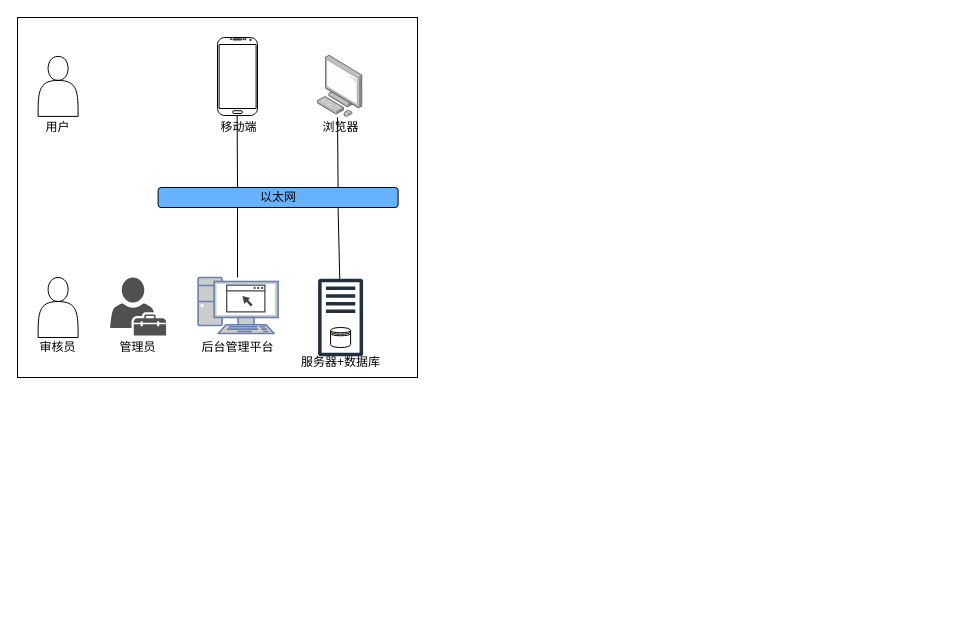
The draw.io diagram docs/virosa.drawio in wlonestar/virosa, before the edit. Source tidied: cells renumbered, new cells numbered last; positions are measured from the earlier drawing's top-left corner, leaving out a move shared by most shapes. Both pictures are drawn from the tidied source at 100%, with x=0, y=0 at pixel (17, 17).
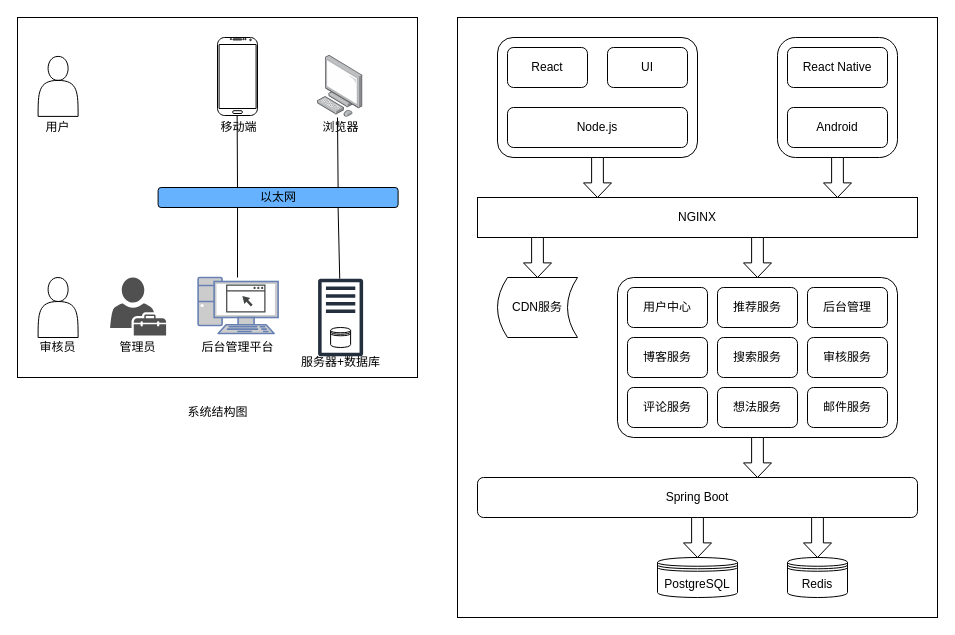
The same diagram, later.

The edit, as a diff of the source:
```diff
@@
+    <mxCell id="26" style="rounded=0;whiteSpace=wrap;html=1;fillColor=#FFFFFF;" parent="1" vertex="1">
+      <mxGeometry x="440" width="480" height="600" as="geometry" />
+    </mxCell>
+    <mxCell id="27" style="rounded=1;whiteSpace=wrap;html=1;fillColor=#FFFFFF;arcSize=13;" parent="1" vertex="1">
+      <mxGeometry x="480" y="20" width="200" height="120" as="geometry" />
+    </mxCell>
+    <mxCell id="28" style="rounded=1;whiteSpace=wrap;html=1;fillColor=#FFFFFF;" parent="1" vertex="1">
+      <mxGeometry x="760" y="20" width="120" height="120" as="geometry" />
+    </mxCell>
+    <mxCell id="29" style="rounded=1;whiteSpace=wrap;html=1;arcSize=10;" parent="1" vertex="1">
+      <mxGeometry x="600" y="260" width="280" height="160" as="geometry" />
+    </mxCell>
@@
+    <mxCell id="30" value="系统结构图" style="text;html=1;align=center;verticalAlign=middle;strokeColor=none;fillColor=none;" parent="1" vertex="1">
+      <mxGeometry x="160" y="380" width="80" height="30" as="geometry" />
+    </mxCell>
+    <mxCell id="31" value="PostgreSQL" style="shape=datastore;whiteSpace=wrap;html=1;" parent="1" vertex="1">
+      <mxGeometry x="640" y="540" width="80" height="40" as="geometry" />
+    </mxCell>
+    <mxCell id="32" value="Redis" style="shape=datastore;whiteSpace=wrap;html=1;" parent="1" vertex="1">
+      <mxGeometry x="770" y="540" width="60" height="40" as="geometry" />
+    </mxCell>
+    <mxCell id="33" value="邮件服务" style="rounded=1;whiteSpace=wrap;html=1;" parent="1" vertex="1">
+      <mxGeometry x="790" y="370" width="80" height="40" as="geometry" />
+    </mxCell>
+    <mxCell id="34" value="搜索服务" style="rounded=1;whiteSpace=wrap;html=1;" parent="1" vertex="1">
+      <mxGeometry x="700" y="320" width="80" height="40" as="geometry" />
+    </mxCell>
+    <mxCell id="35" value="评论服务" style="rounded=1;whiteSpace=wrap;html=1;" parent="1" vertex="1">
+      <mxGeometry x="610" y="370" width="80" height="40" as="geometry" />
+    </mxCell>
+    <mxCell id="36" value="博客服务" style="rounded=1;whiteSpace=wrap;html=1;" parent="1" vertex="1">
+      <mxGeometry x="610" y="320" width="80" height="40" as="geometry" />
+    </mxCell>
+    <mxCell id="37" value="用户中心" style="rounded=1;whiteSpace=wrap;html=1;" parent="1" vertex="1">
+      <mxGeometry x="610" y="270" width="80" height="40" as="geometry" />
+    </mxCell>
+    <mxCell id="38" value="想法服务" style="rounded=1;whiteSpace=wrap;html=1;" parent="1" vertex="1">
+      <mxGeometry x="700" y="370" width="80" height="40" as="geometry" />
+    </mxCell>
+    <mxCell id="39" value="推荐服务" style="rounded=1;whiteSpace=wrap;html=1;" parent="1" vertex="1">
+      <mxGeometry x="700" y="270" width="80" height="40" as="geometry" />
+    </mxCell>
+    <mxCell id="40" value="审核服务" style="rounded=1;whiteSpace=wrap;html=1;" parent="1" vertex="1">
+      <mxGeometry x="790" y="320" width="80" height="40" as="geometry" />
+    </mxCell>
+    <mxCell id="41" value="后台管理" style="rounded=1;whiteSpace=wrap;html=1;" parent="1" vertex="1">
+      <mxGeometry x="790" y="270" width="80" height="40" as="geometry" />
+    </mxCell>
+    <mxCell id="42" value="NGINX" style="rounded=0;whiteSpace=wrap;html=1;" parent="1" vertex="1">
+      <mxGeometry x="460" y="180" width="440" height="40" as="geometry" />
+    </mxCell>
+    <mxCell id="43" value="CDN服务" style="shape=dataStorage;whiteSpace=wrap;html=1;fixedSize=1;size=10;" parent="1" vertex="1">
+      <mxGeometry x="480" y="260" width="80" height="60" as="geometry" />
+    </mxCell>
+    <mxCell id="44" value="Node.js" style="rounded=1;whiteSpace=wrap;html=1;fillColor=#FFFFFF;" parent="1" vertex="1">
+      <mxGeometry x="490" y="90" width="180" height="40" as="geometry" />
+    </mxCell>
+    <mxCell id="45" value="React" style="rounded=1;whiteSpace=wrap;html=1;fillColor=#FFFFFF;" parent="1" vertex="1">
+      <mxGeometry x="490" y="30" width="80" height="40" as="geometry" />
+    </mxCell>
+    <mxCell id="46" value="UI" style="rounded=1;whiteSpace=wrap;html=1;fillColor=#FFFFFF;" parent="1" vertex="1">
+      <mxGeometry x="590" y="30" width="80" height="40" as="geometry" />
+    </mxCell>
+    <mxCell id="47" value="Android" style="rounded=1;whiteSpace=wrap;html=1;fillColor=#FFFFFF;" parent="1" vertex="1">
+      <mxGeometry x="770" y="90" width="100" height="40" as="geometry" />
+    </mxCell>
+    <mxCell id="48" value="React Native" style="rounded=1;whiteSpace=wrap;html=1;fillColor=#FFFFFF;" parent="1" vertex="1">
+      <mxGeometry x="770" y="30" width="100" height="40" as="geometry" />
+    </mxCell>
+    <mxCell id="49" value="Spring Boot" style="rounded=1;whiteSpace=wrap;html=1;fillColor=#FFFFFF;" parent="1" vertex="1">
+      <mxGeometry x="460" y="460" width="440" height="40" as="geometry" />
+    </mxCell>
+    <mxCell id="50" style="html=1;shadow=0;dashed=0;align=center;verticalAlign=middle;shape=mxgraph.arrows2.arrow;dy=0.58;dx=14.61;direction=south;notch=0;fillColor=#FFFFFF;" parent="1" vertex="1">
+      <mxGeometry x="786" y="500" width="28" height="40" as="geometry" />
+    </mxCell>
+    <mxCell id="51" style="html=1;shadow=0;dashed=0;align=center;verticalAlign=middle;shape=mxgraph.arrows2.arrow;dy=0.58;dx=14.61;direction=south;notch=0;fillColor=#FFFFFF;" parent="1" vertex="1">
+      <mxGeometry x="666" y="500" width="28" height="40" as="geometry" />
+    </mxCell>
+    <mxCell id="52" style="html=1;shadow=0;dashed=0;align=center;verticalAlign=middle;shape=mxgraph.arrows2.arrow;dy=0.58;dx=14.61;direction=south;notch=0;fillColor=#FFFFFF;" parent="1" vertex="1">
+      <mxGeometry x="726" y="220" width="28" height="40" as="geometry" />
+    </mxCell>
+    <mxCell id="53" style="html=1;shadow=0;dashed=0;align=center;verticalAlign=middle;shape=mxgraph.arrows2.arrow;dy=0.58;dx=14.61;direction=south;notch=0;fillColor=#FFFFFF;" parent="1" vertex="1">
+      <mxGeometry x="726" y="420" width="28" height="40" as="geometry" />
+    </mxCell>
+    <mxCell id="54" style="html=1;shadow=0;dashed=0;align=center;verticalAlign=middle;shape=mxgraph.arrows2.arrow;dy=0.58;dx=14.61;direction=south;notch=0;fillColor=#FFFFFF;" parent="1" vertex="1">
+      <mxGeometry x="506" y="220" width="28" height="40" as="geometry" />
+    </mxCell>
+    <mxCell id="55" style="html=1;shadow=0;dashed=0;align=center;verticalAlign=middle;shape=mxgraph.arrows2.arrow;dy=0.58;dx=14.61;direction=south;notch=0;fillColor=#FFFFFF;" parent="1" vertex="1">
+      <mxGeometry x="806" y="140" width="28" height="40" as="geometry" />
+    </mxCell>
+    <mxCell id="56" style="html=1;shadow=0;dashed=0;align=center;verticalAlign=middle;shape=mxgraph.arrows2.arrow;dy=0.58;dx=14.61;direction=south;notch=0;fillColor=#FFFFFF;" parent="1" vertex="1">
+      <mxGeometry x="566" y="140" width="28" height="40" as="geometry" />
+    </mxCell>
```
